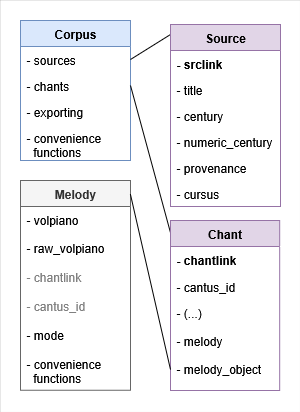
This is docs/source/_static/img/data_model_pycantus.png from dact-chant/PyCantus, a draw.io export, as it was before one commit. Source tidied: cells renumbered, new cells last; positions are measured from the earlier drawing's top-left corner, leaving out a move shared by most shapes.
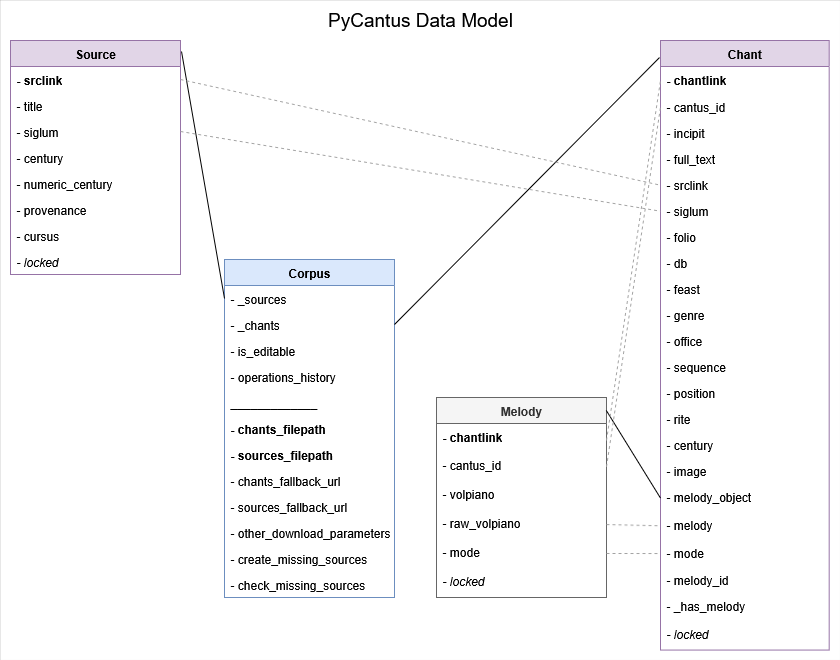
The same file after the commit.

Commit message:
doc: update data model schema

Change to the diagram source:
```diff
@@ -3,100 +3,205 @@
     <mxCell id="0" />
     <mxCell id="1" parent="0" />
     <mxCell id="2" style="rounded=0;whiteSpace=wrap;html=1;strokeWidth=0;" parent="1" vertex="1">
-      <mxGeometry width="300" height="412" as="geometry" />
+      <mxGeometry x="10" y="-20" width="840" height="660" as="geometry" />
     </mxCell>
     <mxCell id="3" value="Corpus" style="swimlane;fontStyle=1;align=center;verticalAlign=top;horizontal=1;startSize=26;rounded=0;shadow=0;strokeWidth=1;fillColor=#dae8fc;strokeColor=#6c8ebf;" parent="1" vertex="1">
-      <mxGeometry x="20" y="20" width="110" height="140" as="geometry" />
+      <mxGeometry x="234" y="239" width="170" height="338" as="geometry" />
     </mxCell>
-    <mxCell id="4" value="- sources" style="text;align=left;verticalAlign=top;spacingLeft=4;spacingRight=4;overflow=hidden;points=[[0,0.5],[1,0.5]];portConstraint=eastwest;rounded=0;shadow=0;html=0;" parent="3" vertex="1">
-      <mxGeometry y="26" width="110" height="26" as="geometry" />
+    <mxCell id="4" value="- _sources" style="text;align=left;verticalAlign=top;spacingLeft=4;spacingRight=4;overflow=hidden;points=[[0,0.5],[1,0.5]];portConstraint=eastwest;rounded=0;shadow=0;html=0;" parent="3" vertex="1">
+      <mxGeometry y="26" width="170" height="26" as="geometry" />
     </mxCell>
-    <mxCell id="5" value="- chants" style="text;align=left;verticalAlign=top;spacingLeft=4;spacingRight=4;overflow=hidden;points=[[0,0.5],[1,0.5]];portConstraint=eastwest;rounded=0;shadow=0;html=0;" parent="3" vertex="1">
-      <mxGeometry y="52" width="110" height="26" as="geometry" />
+    <mxCell id="5" value="- _chants" style="text;align=left;verticalAlign=top;spacingLeft=4;spacingRight=4;overflow=hidden;points=[[0,0.5],[1,0.5]];portConstraint=eastwest;rounded=0;shadow=0;html=0;" parent="3" vertex="1">
+      <mxGeometry y="52" width="170" height="26" as="geometry" />
     </mxCell>
-    <mxCell id="6" value="- exporting" style="text;align=left;verticalAlign=top;spacingLeft=4;spacingRight=4;overflow=hidden;rounded=0;shadow=0;html=0;" parent="3" vertex="1">
-      <mxGeometry y="78" width="110" height="26" as="geometry" />
-    </mxCell>
-    <mxCell id="7" value="- convenience&#10;  functions" style="text;align=left;verticalAlign=top;spacingLeft=4;spacingRight=4;overflow=hidden;rounded=0;shadow=0;html=0;" parent="3" vertex="1">
-      <mxGeometry y="104" width="110" height="30" as="geometry" />
-    </mxCell>
+    <mxCell id="34" value="- is_editable" style="text;align=left;verticalAlign=top;spacingLeft=4;spacingRight=4;overflow=hidden;rounded=0;shadow=0;html=0;" parent="3" vertex="1">
+      <mxGeometry y="78" width="170" height="26" as="geometry" />
+    </mxCell>
+    <mxCell id="35" value="- operations_history&#10;" style="text;align=left;verticalAlign=top;spacingLeft=4;spacingRight=4;overflow=hidden;rounded=0;shadow=0;html=0;" parent="3" vertex="1">
+      <mxGeometry y="104" width="170" height="26" as="geometry" />
+    </mxCell>
+    <mxCell id="36" value="_____________" style="text;align=left;verticalAlign=top;spacingLeft=4;spacingRight=4;overflow=hidden;rounded=0;shadow=0;html=0;" parent="3" vertex="1">
+      <mxGeometry y="130" width="170" height="26" as="geometry" />
+    </mxCell>
+    <mxCell id="37" value="- chants_filepath" style="text;align=left;verticalAlign=top;spacingLeft=4;spacingRight=4;overflow=hidden;rounded=0;shadow=0;html=0;fontStyle=1;" parent="3" vertex="1">
+      <mxGeometry y="156" width="170" height="26" as="geometry" />
+    </mxCell>
+    <mxCell id="38" value="- sources_filepath" style="text;align=left;verticalAlign=top;spacingLeft=4;spacingRight=4;overflow=hidden;rounded=0;shadow=0;html=0;fontStyle=1;" parent="3" vertex="1">
+      <mxGeometry y="182" width="170" height="26" as="geometry" />
+    </mxCell>
+    <mxCell id="39" value="- chants_fallback_url" style="text;align=left;verticalAlign=top;spacingLeft=4;spacingRight=4;overflow=hidden;rounded=0;shadow=0;html=0;" parent="3" vertex="1">
+      <mxGeometry y="208" width="170" height="26" as="geometry" />
+    </mxCell>
+    <mxCell id="40" value="- sources_fallback_url" style="text;align=left;verticalAlign=top;spacingLeft=4;spacingRight=4;overflow=hidden;rounded=0;shadow=0;html=0;" parent="3" vertex="1">
+      <mxGeometry y="234" width="170" height="26" as="geometry" />
+    </mxCell>
+    <mxCell id="41" value="- other_download_parameters" style="text;align=left;verticalAlign=top;spacingLeft=4;spacingRight=4;overflow=hidden;rounded=0;shadow=0;html=0;" parent="3" vertex="1">
+      <mxGeometry y="260" width="170" height="26" as="geometry" />
+    </mxCell>
+    <mxCell id="42" value="- create_missing_sources" style="text;align=left;verticalAlign=top;spacingLeft=4;spacingRight=4;overflow=hidden;rounded=0;shadow=0;html=0;" parent="3" vertex="1">
+      <mxGeometry y="286" width="170" height="26" as="geometry" />
+    </mxCell>
+    <mxCell id="43" value="- check_missing_sources" style="text;align=left;verticalAlign=top;spacingLeft=4;spacingRight=4;overflow=hidden;rounded=0;shadow=0;html=0;" parent="3" vertex="1">
+      <mxGeometry y="312" width="170" height="26" as="geometry" />
+    </mxCell>
-    <mxCell id="8" style="endArrow=none;html=1;rounded=0;entryX=0;entryY=0.055;entryDx=0;entryDy=0;entryPerimeter=0;exitX=1;exitY=0.5;exitDx=0;exitDy=0;" parent="1" edge="1" source="4" target="11">
+    <mxCell id="8" style="endArrow=none;html=1;rounded=0;entryX=1.006;entryY=0.047;entryDx=0;entryDy=0;entryPerimeter=0;exitX=0;exitY=0.5;exitDx=0;exitDy=0;" parent="1" edge="1" source="4" target="11">
       <mxGeometry relative="1" as="geometry" />
     </mxCell>
-    <mxCell id="9" style="endArrow=none;html=1;rounded=0;exitX=-0.002;exitY=0.067;exitDx=0;exitDy=0;exitPerimeter=0;entryX=1;entryY=0.5;entryDx=0;entryDy=0;" parent="1" edge="1" source="27" target="5">
+    <mxCell id="9" style="endArrow=none;html=1;rounded=0;exitX=-0.006;exitY=0.028;exitDx=0;exitDy=0;exitPerimeter=0;entryX=1;entryY=0.5;entryDx=0;entryDy=0;" parent="1" edge="1" source="27" target="5">
       <mxGeometry relative="1" as="geometry" />
     </mxCell>
     <mxCell id="10" style="group;" parent="1" vertex="1">
-      <mxGeometry x="170" y="24" width="110" height="180" as="geometry" />
+      <mxGeometry x="20" y="20" width="170" height="180" as="geometry" />
     </mxCell>
     <mxCell id="11" value="Source" style="swimlane;fontStyle=1;align=center;verticalAlign=top;horizontal=1;startSize=26;rounded=0;shadow=0;strokeWidth=1;fillColor=#e1d5e7;strokeColor=#9673a6;" parent="10" vertex="1">
-      <mxGeometry width="110" height="182" as="geometry" />
+      <mxGeometry width="170" height="234" as="geometry" />
     </mxCell>
     <mxCell id="12" value="- srclink" style="text;align=left;verticalAlign=top;spacingLeft=4;spacingRight=4;overflow=hidden;points=[[0,0.5],[1,0.5]];portConstraint=eastwest;fontStyle=1;" parent="11" vertex="1">
-      <mxGeometry y="26" width="110" height="26" as="geometry" />
+      <mxGeometry y="26" width="170" height="26" as="geometry" />
     </mxCell>
     <mxCell id="13" value="- title" style="text;align=left;verticalAlign=top;spacingLeft=4;spacingRight=4;overflow=hidden;" parent="11" vertex="1">
-      <mxGeometry y="52" width="110" height="26" as="geometry" />
+      <mxGeometry y="52" width="170" height="26" as="geometry" />
     </mxCell>
+    <mxCell id="44" value="- siglum" style="text;align=left;verticalAlign=top;spacingLeft=4;spacingRight=4;overflow=hidden;points=[[0,0.5],[1,0.5]];portConstraint=eastwest;" parent="11" vertex="1">
+      <mxGeometry y="78" width="170" height="26" as="geometry" />
+    </mxCell>
     <mxCell id="14" value="- century" style="text;align=left;verticalAlign=top;spacingLeft=4;spacingRight=4;overflow=hidden;" parent="11" vertex="1">
-      <mxGeometry y="78" width="110" height="26" as="geometry" />
+      <mxGeometry y="104" width="170" height="26" as="geometry" />
     </mxCell>
     <mxCell id="15" value="- numeric_century" style="text;align=left;verticalAlign=top;spacingLeft=4;spacingRight=4;overflow=hidden;" parent="11" vertex="1">
-      <mxGeometry y="104" width="110" height="26" as="geometry" />
+      <mxGeometry y="130" width="170" height="26" as="geometry" />
     </mxCell>
     <mxCell id="16" value="- provenance" style="text;align=left;verticalAlign=top;spacingLeft=4;spacingRight=4;overflow=hidden;" parent="11" vertex="1">
-      <mxGeometry y="130" width="110" height="26" as="geometry" />
+      <mxGeometry y="156" width="170" height="26" as="geometry" />
     </mxCell>
+    <mxCell id="45" value="- cursus" style="text;align=left;verticalAlign=top;spacingLeft=4;spacingRight=4;overflow=hidden;" parent="11" vertex="1">
+      <mxGeometry y="182" width="170" height="26" as="geometry" />
+    </mxCell>
-    <mxCell id="17" value="- cursus" style="text;align=left;verticalAlign=top;spacingLeft=4;spacingRight=4;overflow=hidden;" parent="11" vertex="1">
-      <mxGeometry y="156" width="110" height="26" as="geometry" />
+    <mxCell id="17" value="- locked" style="text;align=left;verticalAlign=top;spacingLeft=4;spacingRight=4;overflow=hidden;fontStyle=2;" parent="11" vertex="1">
+      <mxGeometry y="208" width="170" height="26" as="geometry" />
     </mxCell>
     <mxCell id="18" style="group;" parent="1" vertex="1">
-      <mxGeometry x="20" y="180" width="110" height="200" as="geometry" />
+      <mxGeometry x="446" y="377" width="170" height="200" as="geometry" />
     </mxCell>
     <mxCell id="19" value="Melody" style="swimlane;fontStyle=1;align=center;verticalAlign=top;horizontal=1;startSize=26;rounded=0;shadow=0;strokeWidth=1;fillColor=#f5f5f5;fontColor=#333333;strokeColor=#666666;" parent="18" vertex="1">
-      <mxGeometry width="110" height="209.8" as="geometry" />
+      <mxGeometry width="170" height="200" as="geometry" />
     </mxCell>
+    <mxCell id="22" value="- chantlink" style="text;align=left;verticalAlign=top;spacingLeft=4;spacingRight=4;overflow=hidden;fontColor=light-dark(#000000,#646464);fontStyle=1;" parent="19" vertex="1">
+      <mxGeometry y="26" width="170" height="28.9" as="geometry" />
+    </mxCell>
+    <mxCell id="23" value="- cantus_id" style="text;align=left;verticalAlign=top;spacingLeft=4;spacingRight=4;overflow=hidden;points=[[0,0.5],[1,0.5]];portConstraint=eastwest;fontColor=light-dark(#000000,#646464);" parent="19" vertex="1">
+      <mxGeometry y="54.9" width="170" height="28.9" as="geometry" />
+    </mxCell>
     <mxCell id="20" value="- volpiano" style="text;align=left;verticalAlign=top;spacingLeft=4;spacingRight=4;overflow=hidden;rounded=0;shadow=0;html=0;" parent="19" vertex="1">
-      <mxGeometry y="26" width="110" height="28.9" as="geometry" />
+      <mxGeometry y="83.8" width="170" height="28.9" as="geometry" />
     </mxCell>
     <mxCell id="21" value="- raw_volpiano" style="text;align=left;verticalAlign=top;spacingLeft=4;spacingRight=4;overflow=hidden;points=[[0,0.5],[1,0.5]];portConstraint=eastwest;fontStyle=0;" parent="19" vertex="1">
-      <mxGeometry y="54.9" width="110" height="28.9" as="geometry" />
+      <mxGeometry y="112.7" width="170" height="28.9" as="geometry" />
     </mxCell>
-    <mxCell id="22" value="- chantlink" style="text;align=left;verticalAlign=top;spacingLeft=4;spacingRight=4;overflow=hidden;fontColor=light-dark(#808080, #646464);" parent="19" vertex="1">
-      <mxGeometry y="83.8" width="110" height="28.9" as="geometry" />
-    </mxCell>
-    <mxCell id="23" value="- cantus_id" style="text;align=left;verticalAlign=top;spacingLeft=4;spacingRight=4;overflow=hidden;points=[[0,0.5],[1,0.5]];portConstraint=eastwest;fontColor=light-dark(#808080, #646464);" parent="19" vertex="1">
-      <mxGeometry y="112.7" width="110" height="28.9" as="geometry" />
-    </mxCell>
     <mxCell id="24" value="- mode" style="text;align=left;verticalAlign=top;spacingLeft=4;spacingRight=4;overflow=hidden;points=[[0,0.5],[1,0.5]];portConstraint=eastwest;" parent="19" vertex="1">
-      <mxGeometry y="141.6" width="110" height="28.9" as="geometry" />
+      <mxGeometry y="141.6" width="170" height="28.9" as="geometry" />
     </mxCell>
-    <mxCell id="25" value="- convenience&#10;  functions" style="text;align=left;verticalAlign=top;spacingLeft=4;spacingRight=4;overflow=hidden;rounded=0;shadow=0;html=0;" parent="19" vertex="1">
-      <mxGeometry y="170.4" width="110" height="39.3" as="geometry" />
-    </mxCell>
+    <mxCell id="46" value="- locked" style="text;align=left;verticalAlign=top;spacingLeft=4;spacingRight=4;overflow=hidden;fontStyle=2;" parent="19" vertex="1">
+      <mxGeometry y="170.4" width="170" height="28.9" as="geometry" />
+    </mxCell>
     <mxCell id="26" style="group;" parent="1" vertex="1">
-      <mxGeometry x="170" y="220" width="110" height="192" as="geometry" />
+      <mxGeometry x="670" y="20" width="170" height="380" as="geometry" />
     </mxCell>
     <mxCell id="27" value="Chant" style="swimlane;fontStyle=1;align=center;verticalAlign=top;horizontal=1;startSize=26;rounded=0;shadow=0;strokeWidth=1;fillColor=#e1d5e7;strokeColor=#9673a6;" parent="26" vertex="1">
-      <mxGeometry width="109.2" height="170" as="geometry" />
+      <mxGeometry width="168.7" height="609.6" as="geometry" />
     </mxCell>
     <mxCell id="28" value="- chantlink" style="text;align=left;verticalAlign=top;spacingLeft=4;spacingRight=4;overflow=hidden;fontStyle=1;" parent="27" vertex="1">
-      <mxGeometry y="26" width="109.2" height="27.7" as="geometry" />
+      <mxGeometry y="26" width="168.7" height="27.7" as="geometry" />
     </mxCell>
     <mxCell id="29" value="- cantus_id" style="text;align=left;verticalAlign=top;spacingLeft=4;spacingRight=4;overflow=hidden;points=[[0,0.5],[1,0.5]];portConstraint=eastwest;" parent="27" vertex="1">
-      <mxGeometry y="53.7" width="109.2" height="26" as="geometry" />
+      <mxGeometry y="53.7" width="168.7" height="26" as="geometry" />
     </mxCell>
+    <mxCell id="47" value="- incipit" style="text;align=left;verticalAlign=top;spacingLeft=4;spacingRight=4;overflow=hidden;" parent="27" vertex="1">
+      <mxGeometry y="79.7" width="168.7" height="26" as="geometry" />
+    </mxCell>
+    <mxCell id="48" value="- full_text" style="text;align=left;verticalAlign=top;spacingLeft=4;spacingRight=4;overflow=hidden;" parent="27" vertex="1">
+      <mxGeometry y="105.7" width="168.7" height="26" as="geometry" />
+    </mxCell>
+    <mxCell id="49" value="- srclink" style="text;align=left;verticalAlign=top;spacingLeft=4;spacingRight=4;overflow=hidden;points=[[0,0.5],[1,0.5]];portConstraint=eastwest;" parent="27" vertex="1">
+      <mxGeometry y="131.7" width="168.7" height="26" as="geometry" />
+    </mxCell>
+    <mxCell id="50" value="- siglum" style="text;align=left;verticalAlign=top;spacingLeft=4;spacingRight=4;overflow=hidden;points=[[0,0.5],[1,0.5]];portConstraint=eastwest;" parent="27" vertex="1">
+      <mxGeometry y="157.7" width="168.7" height="26" as="geometry" />
+    </mxCell>
+    <mxCell id="51" value="- folio" style="text;align=left;verticalAlign=top;spacingLeft=4;spacingRight=4;overflow=hidden;" parent="27" vertex="1">
+      <mxGeometry y="183.7" width="168.7" height="26" as="geometry" />
+    </mxCell>
+    <mxCell id="52" value="- db" style="text;align=left;verticalAlign=top;spacingLeft=4;spacingRight=4;overflow=hidden;" parent="27" vertex="1">
+      <mxGeometry y="209.7" width="168.7" height="26" as="geometry" />
+    </mxCell>
+    <mxCell id="53" value="- feast" style="text;align=left;verticalAlign=top;spacingLeft=4;spacingRight=4;overflow=hidden;" parent="27" vertex="1">
+      <mxGeometry y="235.7" width="168.7" height="26" as="geometry" />
+    </mxCell>
+    <mxCell id="54" value="- genre" style="text;align=left;verticalAlign=top;spacingLeft=4;spacingRight=4;overflow=hidden;" parent="27" vertex="1">
+      <mxGeometry y="261.7" width="168.7" height="26" as="geometry" />
+    </mxCell>
+    <mxCell id="55" value="- office" style="text;align=left;verticalAlign=top;spacingLeft=4;spacingRight=4;overflow=hidden;" parent="27" vertex="1">
+      <mxGeometry y="287.7" width="168.7" height="26" as="geometry" />
+    </mxCell>
+    <mxCell id="56" value="- sequence" style="text;align=left;verticalAlign=top;spacingLeft=4;spacingRight=4;overflow=hidden;" parent="27" vertex="1">
+      <mxGeometry y="313.7" width="168.7" height="26" as="geometry" />
+    </mxCell>
+    <mxCell id="57" value="- position" style="text;align=left;verticalAlign=top;spacingLeft=4;spacingRight=4;overflow=hidden;" parent="27" vertex="1">
+      <mxGeometry y="339.7" width="168.7" height="26" as="geometry" />
+    </mxCell>
+    <mxCell id="58" value="- rite" style="text;align=left;verticalAlign=top;spacingLeft=4;spacingRight=4;overflow=hidden;" parent="27" vertex="1">
+      <mxGeometry y="365.7" width="168.7" height="26" as="geometry" />
+    </mxCell>
+    <mxCell id="59" value="- century" style="text;align=left;verticalAlign=top;spacingLeft=4;spacingRight=4;overflow=hidden;" parent="27" vertex="1">
+      <mxGeometry y="391.7" width="168.7" height="26" as="geometry" />
+    </mxCell>
+    <mxCell id="60" value="- image" style="text;align=left;verticalAlign=top;spacingLeft=4;spacingRight=4;overflow=hidden;" parent="27" vertex="1">
+      <mxGeometry y="417.7" width="168.7" height="26" as="geometry" />
+    </mxCell>
+    <mxCell id="32" value="- melody_object" style="text;align=left;verticalAlign=top;spacingLeft=4;spacingRight=4;overflow=hidden;points=[[0,0.5],[1,0.5]];portConstraint=eastwest;" parent="27" vertex="1">
+      <mxGeometry y="443.7" width="168.7" height="27.7" as="geometry" />
+    </mxCell>
+    <mxCell id="31" value="- melody" style="text;align=left;verticalAlign=top;spacingLeft=4;spacingRight=4;overflow=hidden;points=[[0,0.5],[1,0.5]];portConstraint=eastwest;" parent="27" vertex="1">
+      <mxGeometry y="471.5" width="168.7" height="27.7" as="geometry" />
+    </mxCell>
-    <mxCell id="30" value="- (...)" style="text;align=left;verticalAlign=top;spacingLeft=4;spacingRight=4;overflow=hidden;points=[[0,0.5],[1,0.5]];portConstraint=eastwest;" parent="27" vertex="1">
-      <mxGeometry y="79.7" width="109.2" height="27.7" as="geometry" />
+    <mxCell id="30" value="- mode" style="text;align=left;verticalAlign=top;spacingLeft=4;spacingRight=4;overflow=hidden;points=[[0,0.5],[1,0.5]];portConstraint=eastwest;" parent="27" vertex="1">
+      <mxGeometry y="499.2" width="168.7" height="27.7" as="geometry" />
     </mxCell>
-    <mxCell id="31" value="- melody" style="text;align=left;verticalAlign=top;spacingLeft=4;spacingRight=4;overflow=hidden;points=[[0,0.5],[1,0.5]];portConstraint=eastwest;" parent="27" vertex="1">
-      <mxGeometry y="107.5" width="109.2" height="27.7" as="geometry" />
-    </mxCell>
-    <mxCell id="32" value="- melody_object" style="text;align=left;verticalAlign=top;spacingLeft=4;spacingRight=4;overflow=hidden;points=[[0,0.5],[1,0.5]];portConstraint=eastwest;" parent="27" vertex="1">
-      <mxGeometry y="135.2" width="109.2" height="27.7" as="geometry" />
-    </mxCell>
+    <mxCell id="61" value="- melody_id" style="text;align=left;verticalAlign=top;spacingLeft=4;spacingRight=4;overflow=hidden;" parent="27" vertex="1">
+      <mxGeometry y="526.9" width="168.7" height="26" as="geometry" />
+    </mxCell>
+    <mxCell id="62" value="- _has_melody" style="text;align=left;verticalAlign=top;spacingLeft=4;spacingRight=4;overflow=hidden;" parent="27" vertex="1">
+      <mxGeometry y="552.9" width="168.7" height="27.7" as="geometry" />
+    </mxCell>
+    <mxCell id="63" value="- locked" style="text;align=left;verticalAlign=top;spacingLeft=4;spacingRight=4;overflow=hidden;fontStyle=2;" parent="27" vertex="1">
+      <mxGeometry y="580.7" width="168.7" height="28.9" as="geometry" />
+    </mxCell>
     <mxCell id="33" style="endArrow=none;html=1;rounded=0;exitX=0;exitY=0.5;exitDx=0;exitDy=0;entryX=0.999;entryY=0.065;entryDx=0;entryDy=0;entryPerimeter=0;" parent="1" edge="1" source="32" target="19">
       <mxGeometry relative="1" as="geometry" />
     </mxCell>
+    <mxCell id="64" style="endArrow=none;html=1;rounded=0;strokeColor=#A2A2A2;dashed=1;exitX=1;exitY=0.5;exitDx=0;exitDy=0;entryX=0;entryY=0.5;entryDx=0;entryDy=0;" parent="1" edge="1" source="21" target="31">
+      <mxGeometry relative="1" as="geometry" />
+    </mxCell>
+    <mxCell id="65" style="endArrow=none;html=1;rounded=0;strokeColor=#A2A2A2;dashed=1;exitX=1;exitY=0.5;exitDx=0;exitDy=0;entryX=0;entryY=0.5;entryDx=0;entryDy=0;" parent="1" edge="1" source="24" target="30">
+      <mxGeometry relative="1" as="geometry" />
+    </mxCell>
+    <mxCell id="66" style="endArrow=none;html=1;rounded=0;strokeColor=#A2A2A2;dashed=1;exitX=1;exitY=0.5;exitDx=0;exitDy=0;entryX=0;entryY=0.5;entryDx=0;entryDy=0;" parent="1" edge="1" source="12" target="49">
+      <mxGeometry relative="1" as="geometry" />
+    </mxCell>
+    <mxCell id="67" style="endArrow=none;html=1;rounded=0;strokeColor=#A2A2A2;dashed=1;exitX=1;exitY=0.5;exitDx=0;exitDy=0;entryX=0;entryY=0.5;entryDx=0;entryDy=0;" parent="1" edge="1" source="44" target="50">
+      <mxGeometry relative="1" as="geometry" />
+    </mxCell>
+    <mxCell id="68" value="&lt;font style=&quot;font-size: 19px;&quot;&gt;PyCantus Data Model&lt;/font&gt;" style="text;html=1;align=center;verticalAlign=middle;whiteSpace=wrap;rounded=0;" parent="1" vertex="1">
+      <mxGeometry x="330" y="-16" width="200" height="30" as="geometry" />
+    </mxCell>
+    <mxCell id="69" style="endArrow=none;html=1;rounded=0;strokeColor=#A2A2A2;dashed=1;exitX=1;exitY=0.5;exitDx=0;exitDy=0;entryX=0;entryY=0.5;entryDx=0;entryDy=0;" parent="1" edge="1" source="23" target="29">
+      <mxGeometry relative="1" as="geometry" />
+    </mxCell>
+    <mxCell id="70" style="endArrow=none;html=1;rounded=0;strokeColor=#A2A2A2;dashed=1;exitX=1;exitY=0.5;exitDx=0;exitDy=0;entryX=0;entryY=0.5;entryDx=0;entryDy=0;" parent="1" edge="1">
+      <mxGeometry relative="1" as="geometry">
+        <mxPoint x="616" y="420" as="sourcePoint" />
+        <mxPoint x="670" y="60" as="targetPoint" />
+      </mxGeometry>
+    </mxCell>
   </root>
 </mxGraphModel>
```
